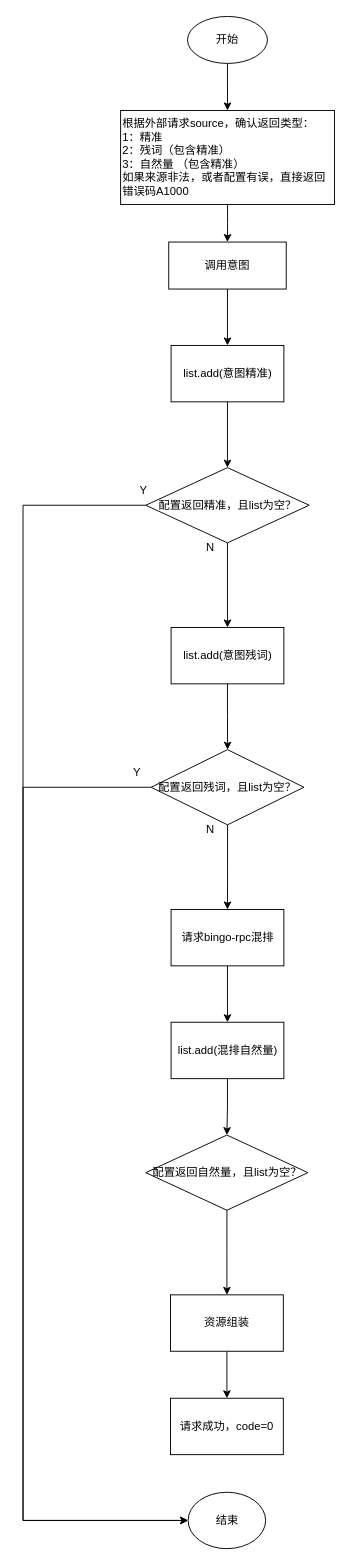
Above: 外部搜索通用接口.drawio in ETHAN0430/draw.io.repo (draw.io), before the change. Source tidied: cells renumbered, new cells numbered last; positions are measured from the earlier drawing's top-left corner, leaving out a move shared by most shapes. Both pictures are drawn from the tidied source at 94%, with x=0, y=0 at pixel (23, 16).
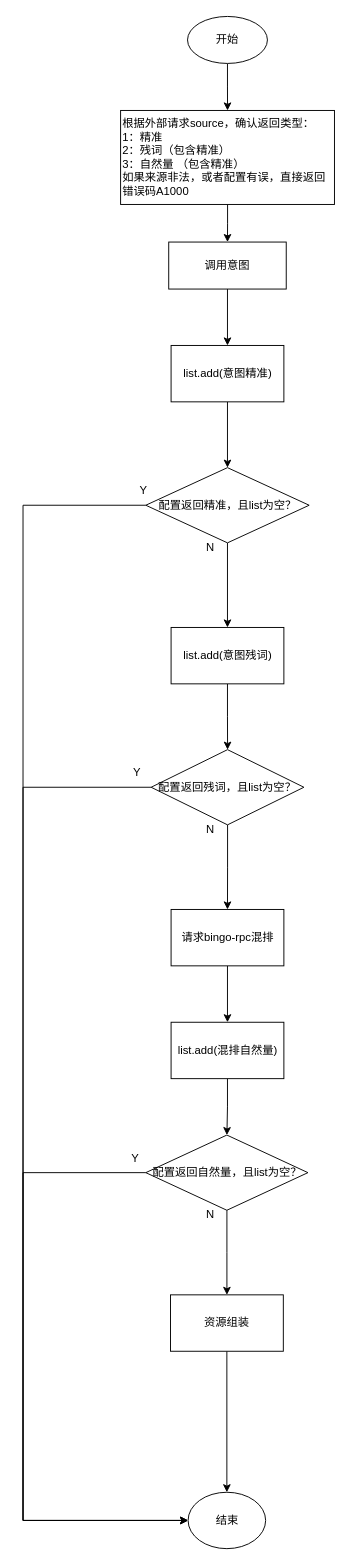
After the change.

Commit message:
更新外部搜索通用接口.drawio

The change refers to these unchanged cells:
```xml
<mxCell id="11" value="结束" style="ellipse;whiteSpace=wrap;html=1;" parent="1" vertex="1">
  <mxGeometry x="175.6" y="1570" width="82.5" height="60" as="geometry" />
</mxCell>
<mxCell id="28" value="配置返回自然量，且list为空？" style="rhombus;whiteSpace=wrap;html=1;" parent="1" vertex="1">
  <mxGeometry x="130.6" y="1190" width="172.5" height="80" as="geometry" />
</mxCell>
<mxCell id="30" value="资源组装" style="whiteSpace=wrap;html=1;" parent="1" vertex="1">
  <mxGeometry x="156.9" y="1360" width="120" height="60" as="geometry" />
</mxCell>
```

Diff of the diagram source:
```diff
@@
+    <mxCell id="32" style="edgeStyle=orthogonalEdgeStyle;rounded=0;jettySize=auto;html=1;entryX=0;entryY=0.5;entryDx=0;entryDy=0;" parent="1" edge="1" source="28" target="11">
+      <mxGeometry relative="1" as="geometry">
+        <Array as="points">
+          <mxPoint y="1230" />
+          <mxPoint y="1600" />
+        </Array>
+      </mxGeometry>
+    </mxCell>
@@
-    <mxCell id="29" style="edgeStyle=orthogonalEdgeStyle;rounded=0;jettySize=auto;html=1;" parent="1" edge="1" source="30" target="31">
-      <mxGeometry relative="1" as="geometry" />
-    </mxCell>
+    <mxCell id="33" style="edgeStyle=orthogonalEdgeStyle;rounded=0;jettySize=auto;html=1;entryX=0.5;entryY=0;entryDx=0;entryDy=0;" parent="1" edge="1" source="30" target="11">
+      <mxGeometry relative="1" as="geometry" />
+    </mxCell>
@@
-    <mxCell id="31" value="请求成功，code=0" style="whiteSpace=wrap;html=1;" parent="1" vertex="1">
-      <mxGeometry x="156.9" y="1470" width="120" height="60" as="geometry" />
-    </mxCell>
+    <mxCell id="34" value="Y" style="text;html=1;align=center;verticalAlign=middle;strokeColor=none;fillColor=none;" parent="1" vertex="1">
+      <mxGeometry x="103.8" y="1200" width="30" height="30" as="geometry" />
+    </mxCell>
+    <mxCell id="35" value="N" style="text;html=1;align=center;verticalAlign=middle;strokeColor=none;fillColor=none;" parent="1" vertex="1">
+      <mxGeometry x="183.8" y="1260" width="30" height="30" as="geometry" />
+    </mxCell>
```
